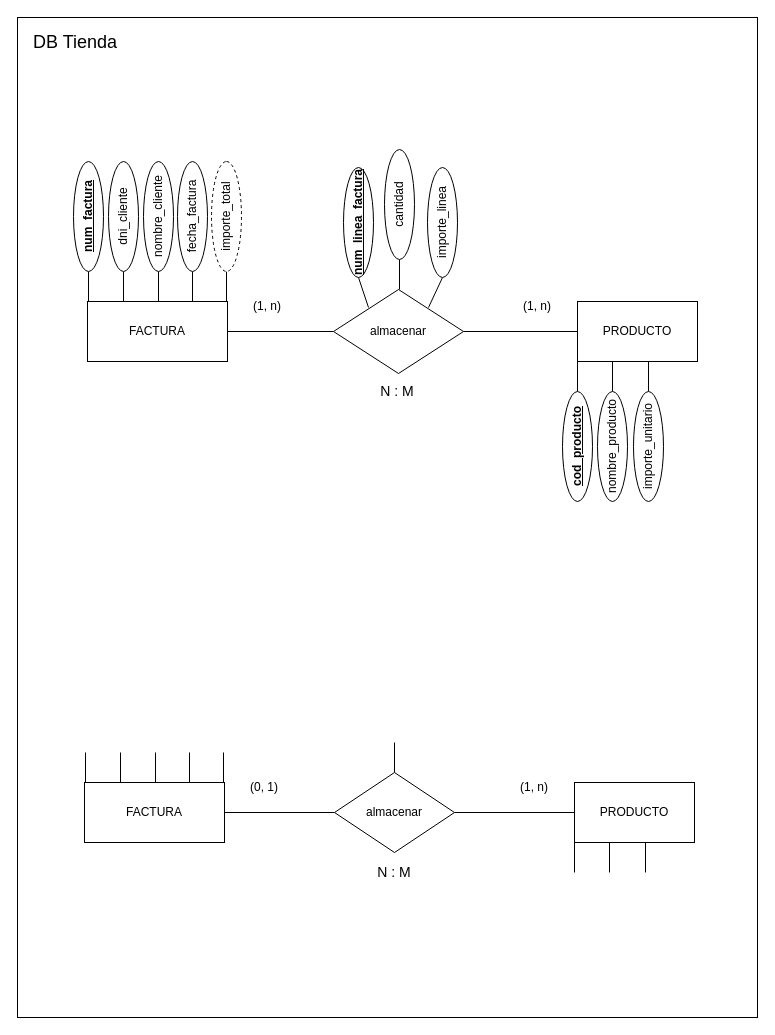
The draw.io diagram src/BBDD/first_trimester/exercises/ejercicio1/ejercicio1_BBDD_ER.drawio in MLT93/UNIR, before the edit. Source tidied: cells renumbered, new cells numbered last; positions are measured from the earlier drawing's top-left corner, leaving out a move shared by most shapes. Both pictures are drawn from the tidied source at 100%, with x=0, y=0 at pixel (17, 17).
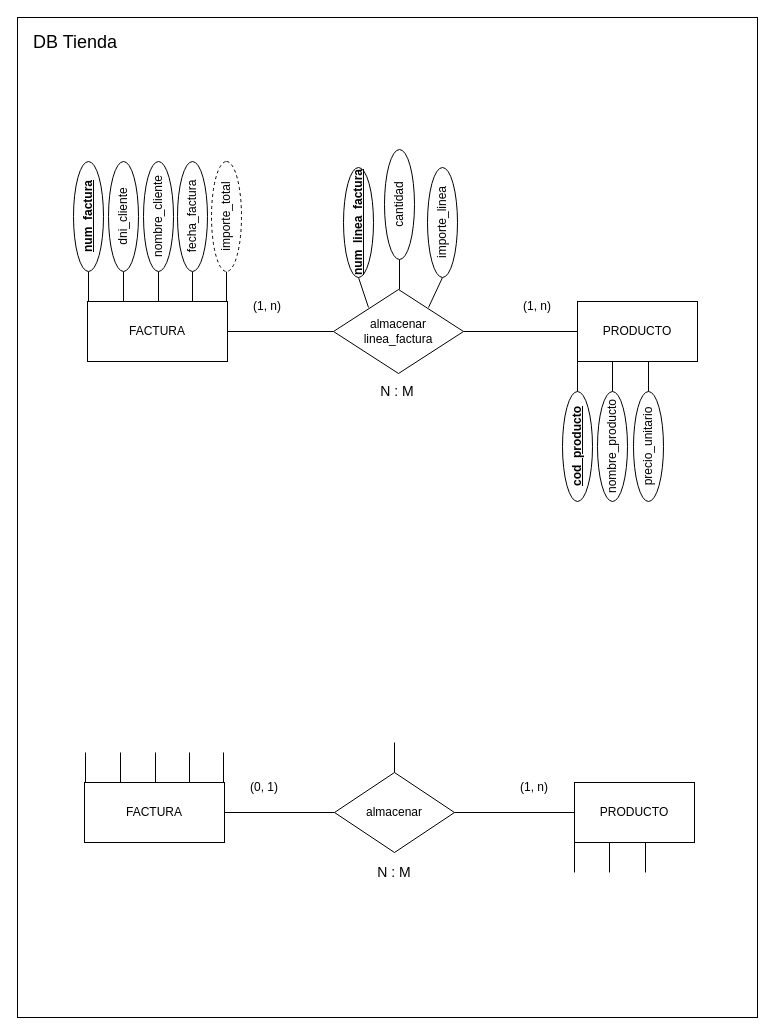
The same page after the edit.

What changed in the source:
```diff
@@
-    <mxCell id="7" value="almacenar" style="rhombus;whiteSpace=wrap;html=1;rounded=0;" parent="1" vertex="1">
+    <mxCell id="7" value="almacenar&lt;br&gt;linea_factura" style="rhombus;whiteSpace=wrap;html=1;rounded=0;" parent="1" vertex="1">
       <mxGeometry x="316" y="272" width="130" height="84" as="geometry" />
     </mxCell>
@@
-    <mxCell id="23" value="importe_unitario" style="ellipse;whiteSpace=wrap;html=1;rotation=-90;" parent="1" vertex="1">
+    <mxCell id="23" value="precio_unitario" style="ellipse;whiteSpace=wrap;html=1;rotation=-90;" parent="1" vertex="1">
       <mxGeometry x="576" y="414" width="110" height="30" as="geometry" />
     </mxCell>
```
